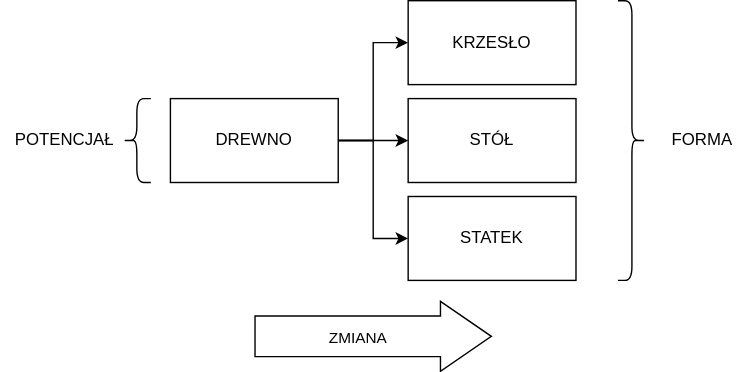
Earlier version of the draw.io export images/ep-06-forma-02.svg (lyckantropen/awakening-pl). Source tidied: cells renumbered, new cells last; positions are measured from the earlier drawing's top-left corner, leaving out a move shared by most shapes.
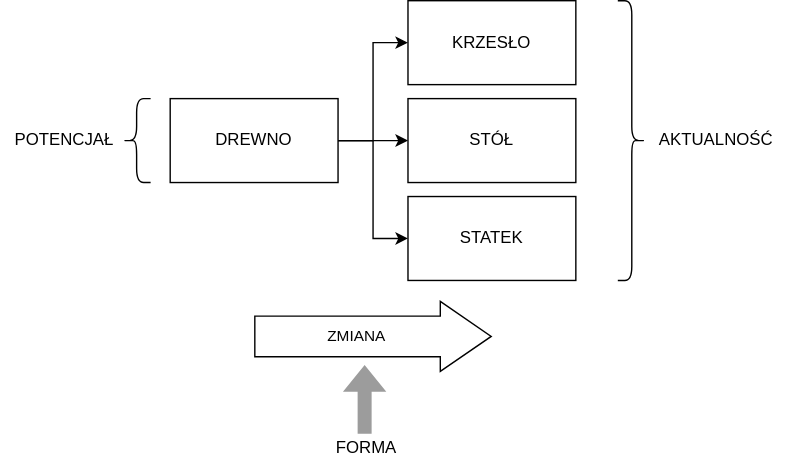
Later version of the same file.

The edit, as a diff of the source:
```diff
@@ -35,8 +35,8 @@
     <mxCell id="11" style="shape=curlyBracket;whiteSpace=wrap;html=1;rounded=1;flipH=1;" parent="1" vertex="1">
       <mxGeometry x="441" width="20" height="200" as="geometry" />
     </mxCell>
-    <mxCell id="12" value="FORMA" style="text;html=1;align=center;verticalAlign=middle;strokeColor=none;fillColor=none;" parent="1" vertex="1">
-      <mxGeometry x="471" y="90" width="60" height="20" as="geometry" />
+    <mxCell id="12" value="AKTUALNOŚĆ" style="text;html=1;align=center;verticalAlign=middle;strokeColor=none;fillColor=none;" parent="1" vertex="1">
+      <mxGeometry x="461" y="90" width="100" height="20" as="geometry" />
     </mxCell>
     <mxCell id="13" style="shape=curlyBracket;whiteSpace=wrap;html=1;rounded=1;" parent="1" vertex="1">
       <mxGeometry x="87" y="70" width="20" height="60" as="geometry" />
@@ -44,5 +44,14 @@
     <mxCell id="14" value="POTENCJAŁ" style="text;html=1;align=center;verticalAlign=middle;strokeColor=none;fillColor=none;" parent="1" vertex="1">
       <mxGeometry y="90" width="90" height="20" as="geometry" />
     </mxCell>
+    <mxCell id="15" value="FORMA" style="text;html=1;align=center;verticalAlign=middle;strokeColor=none;fillColor=none;" parent="1" vertex="1">
+      <mxGeometry x="231" y="310" width="60" height="20" as="geometry" />
+    </mxCell>
+    <mxCell id="16" style="shape=flexArrow;endArrow=classic;html=1;rounded=0;strokeColor=none;fillColor=#9C9C9C;" parent="1" edge="1">
+      <mxGeometry relative="1" as="geometry">
+        <mxPoint x="260" y="310" as="sourcePoint" />
+        <mxPoint x="260" y="260" as="targetPoint" />
+      </mxGeometry>
+    </mxCell>
   </root>
 </mxGraphModel>
```
